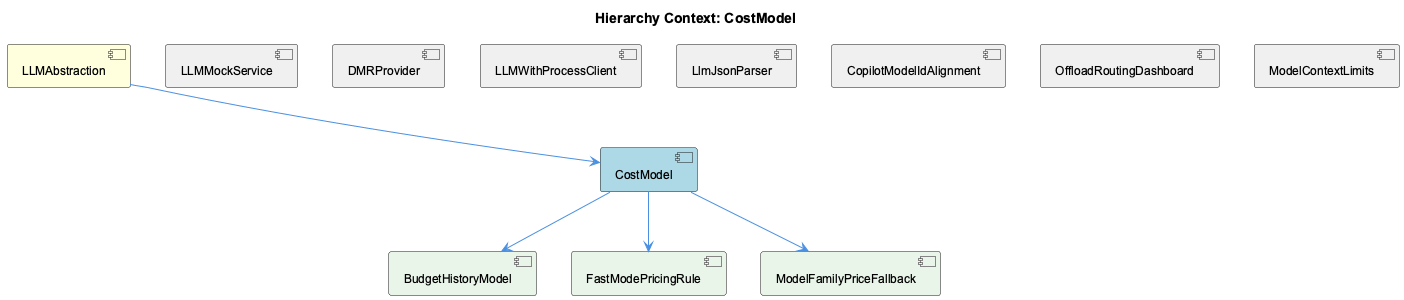
fwornle/coding keeps this PlantUML diagram as knowledge-management/insights/images/cost-model-relationship.png. Above is the earlier version. Source of this version:
```plantuml
@startuml
!include _standard-style.puml

title Hierarchy Context: CostModel

[LLMAbstraction] as llmabstraction #FFFFDD
[CostModel] as cost_model #LightBlue
[LLMMockService] as llmmock_service #F0F0F0
[DMRProvider] as dmrprovider #F0F0F0
[LLMWithProcessClient] as llmwith_process_client #F0F0F0
[LlmJsonParser] as llm_json_parser #F0F0F0
[CopilotModelIdAlignment] as copilot_model_id_alignment #F0F0F0
[OffloadRoutingDashboard] as offload_routing_dashboard #F0F0F0
[ModelContextLimits] as model_context_limits #F0F0F0
[BudgetHistoryModel] as budget_history_model #E8F5E8
[FastModePricingRule] as fast_mode_pricing_rule #E8F5E8
[ModelFamilyPriceFallback] as model_family_price_fallback #E8F5E8

llmabstraction --> cost_model
llmmock_service -[hidden]- cost_model
dmrprovider -[hidden]- cost_model
llmwith_process_client -[hidden]- cost_model
llm_json_parser -[hidden]- cost_model
copilot_model_id_alignment -[hidden]- cost_model
offload_routing_dashboard -[hidden]- cost_model
model_context_limits -[hidden]- cost_model
cost_model --> budget_history_model
cost_model --> fast_mode_pricing_rule
cost_model --> model_family_price_fallback

@enduml
```
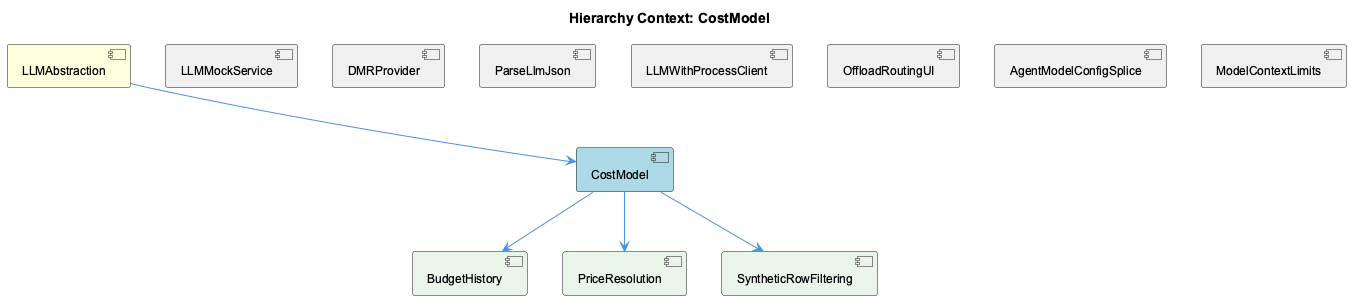
After the change.

What changed in the source:
```diff
@@ -7,25 +7,25 @@
 [CostModel] as cost_model #LightBlue
 [LLMMockService] as llmmock_service #F0F0F0
 [DMRProvider] as dmrprovider #F0F0F0
+[ParseLlmJson] as parse_llm_json #F0F0F0
 [LLMWithProcessClient] as llmwith_process_client #F0F0F0
-[LlmJsonParser] as llm_json_parser #F0F0F0
-[CopilotModelIdAlignment] as copilot_model_id_alignment #F0F0F0
-[OffloadRoutingDashboard] as offload_routing_dashboard #F0F0F0
+[OffloadRoutingUI] as offload_routing_ui #F0F0F0
+[AgentModelConfigSplice] as agent_model_config_splice #F0F0F0
 [ModelContextLimits] as model_context_limits #F0F0F0
-[BudgetHistoryModel] as budget_history_model #E8F5E8
-[FastModePricingRule] as fast_mode_pricing_rule #E8F5E8
-[ModelFamilyPriceFallback] as model_family_price_fallback #E8F5E8
+[BudgetHistory] as budget_history #E8F5E8
+[PriceResolution] as price_resolution #E8F5E8
+[SyntheticRowFiltering] as synthetic_row_filtering #E8F5E8
 
 llmabstraction --> cost_model
 llmmock_service -[hidden]- cost_model
 dmrprovider -[hidden]- cost_model
+parse_llm_json -[hidden]- cost_model
 llmwith_process_client -[hidden]- cost_model
-llm_json_parser -[hidden]- cost_model
-copilot_model_id_alignment -[hidden]- cost_model
-offload_routing_dashboard -[hidden]- cost_model
+offload_routing_ui -[hidden]- cost_model
+agent_model_config_splice -[hidden]- cost_model
 model_context_limits -[hidden]- cost_model
-cost_model --> budget_history_model
-cost_model --> fast_mode_pricing_rule
-cost_model --> model_family_price_fallback
+cost_model --> budget_history
+cost_model --> price_resolution
+cost_model --> synthetic_row_filtering
 
 @enduml
```
